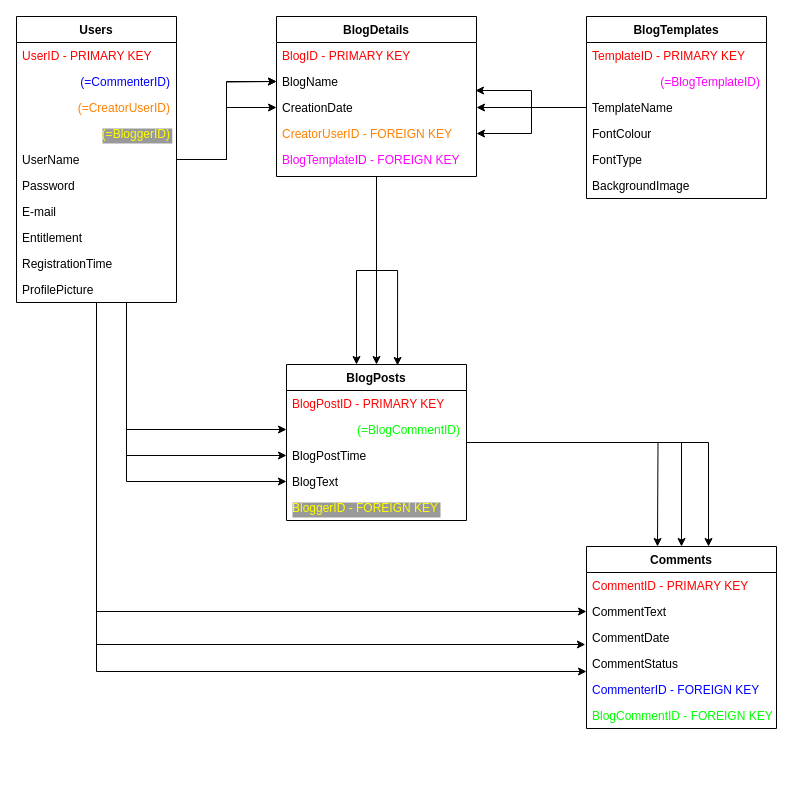
Earlier version of the draw.io diagram Untitled Diagram.drawio (BKKrisztina/HomeWork). Source tidied: cells renumbered, new cells numbered last; positions are measured from the earlier drawing's top-left corner, leaving out a move shared by most shapes. Both pictures are drawn from the tidied source at 100%, with x=0, y=0 at pixel (16, 16).
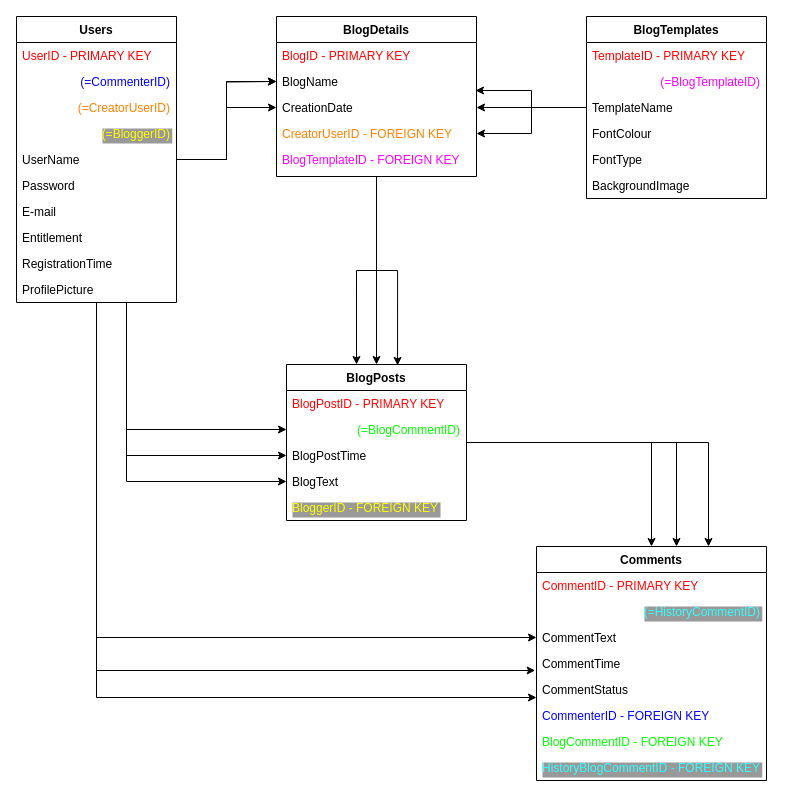
The same diagram, later.

Commit message:
Update DatabaseDiagram comment table

Unchanged cells that the change refers to:
```xml
<mxCell id="51" value="BlogPosts" style="swimlane;fontStyle=1;align=center;verticalAlign=top;horizontal=1;startSize=26;rounded=0;shadow=0;strokeWidth=1;" parent="1" vertex="1">
  <mxGeometry x="270" y="348" width="180" height="156" as="geometry" />
</mxCell>
```

What changed in the source:
```diff
@@
     <mxCell id="31" value="Comments" style="swimlane;fontStyle=1;align=center;verticalAlign=top;horizontal=1;startSize=26;rounded=0;shadow=0;strokeWidth=1;" parent="1" vertex="1">
-      <mxGeometry x="570" y="530" width="190" height="182" as="geometry" />
+      <mxGeometry x="520" y="530" width="230" height="234" as="geometry" />
     </mxCell>
     <mxCell id="32" value="CommentID - PRIMARY KEY" style="text;align=left;verticalAlign=top;spacingLeft=4;spacingRight=4;overflow=hidden;fontColor=#FF0000;" parent="31" vertex="1">
-      <mxGeometry y="26" width="190" height="26" as="geometry" />
+      <mxGeometry y="26" width="230" height="26" as="geometry" />
     </mxCell>
+    <mxCell id="57" value="(=HistoryCommentID)" style="text;align=right;verticalAlign=top;spacingLeft=4;spacingRight=4;overflow=hidden;fontColor=#33FFFF;labelBackgroundColor=#999999;" parent="31" vertex="1">
+      <mxGeometry y="52" width="230" height="26" as="geometry" />
+    </mxCell>
     <mxCell id="33" value="CommentText" style="text;align=left;verticalAlign=top;spacingLeft=4;spacingRight=4;overflow=hidden;points=[[0,0.5],[1,0.5]];portConstraint=eastwest;" parent="31" vertex="1">
-      <mxGeometry y="52" width="190" height="26" as="geometry" />
+      <mxGeometry y="78" width="230" height="26" as="geometry" />
     </mxCell>
-    <mxCell id="34" value="CommentDate" style="text;align=left;verticalAlign=top;spacingLeft=4;spacingRight=4;overflow=hidden;points=[[0,0.5],[1,0.5]];portConstraint=eastwest;" parent="31" vertex="1">
-      <mxGeometry y="78" width="190" height="26" as="geometry" />
+    <mxCell id="34" value="CommentTime" style="text;align=left;verticalAlign=top;spacingLeft=4;spacingRight=4;overflow=hidden;points=[[0,0.5],[1,0.5]];portConstraint=eastwest;" parent="31" vertex="1">
+      <mxGeometry y="104" width="230" height="26" as="geometry" />
     </mxCell>
     <mxCell id="35" value="CommentStatus&#10;" style="text;align=left;verticalAlign=top;spacingLeft=4;spacingRight=4;overflow=hidden;points=[[0,0.5],[1,0.5]];portConstraint=eastwest;" parent="31" vertex="1">
-      <mxGeometry y="104" width="190" height="26" as="geometry" />
+      <mxGeometry y="130" width="230" height="26" as="geometry" />
     </mxCell>
     <mxCell id="36" value="CommenterID - FOREIGN KEY" style="text;align=left;verticalAlign=top;spacingLeft=4;spacingRight=4;overflow=hidden;fontColor=#0000FF;" parent="31" vertex="1">
-      <mxGeometry y="130" width="190" height="26" as="geometry" />
+      <mxGeometry y="156" width="230" height="26" as="geometry" />
     </mxCell>
     <mxCell id="37" value="BlogCommentID - FOREIGN KEY" style="text;align=left;verticalAlign=top;spacingLeft=4;spacingRight=4;overflow=hidden;fontColor=#00FF00;" parent="31" vertex="1">
-      <mxGeometry y="156" width="190" height="26" as="geometry" />
+      <mxGeometry y="182" width="230" height="26" as="geometry" />
     </mxCell>
+    <mxCell id="58" value="HistoryBlogCommentID - FOREIGN KEY" style="text;align=left;verticalAlign=top;spacingLeft=4;spacingRight=4;overflow=hidden;fontColor=#33FFFF;labelBackgroundColor=#999999;" parent="31" vertex="1">
+      <mxGeometry y="208" width="230" height="26" as="geometry" />
+    </mxCell>
@@
     <mxCell id="50" style="edgeStyle=orthogonalEdgeStyle;rounded=0;jettySize=auto;html=1;fontColor=#FF00FF;" parent="1" edge="1" source="51">
       <mxGeometry relative="1" as="geometry">
-        <mxPoint x="641" y="530" as="targetPoint" />
+        <mxPoint x="660" y="530" as="targetPoint" />
+        <Array as="points">
+          <mxPoint x="660" y="426" />
+          <mxPoint x="660" y="530" />
+        </Array>
       </mxGeometry>
     </mxCell>
```
